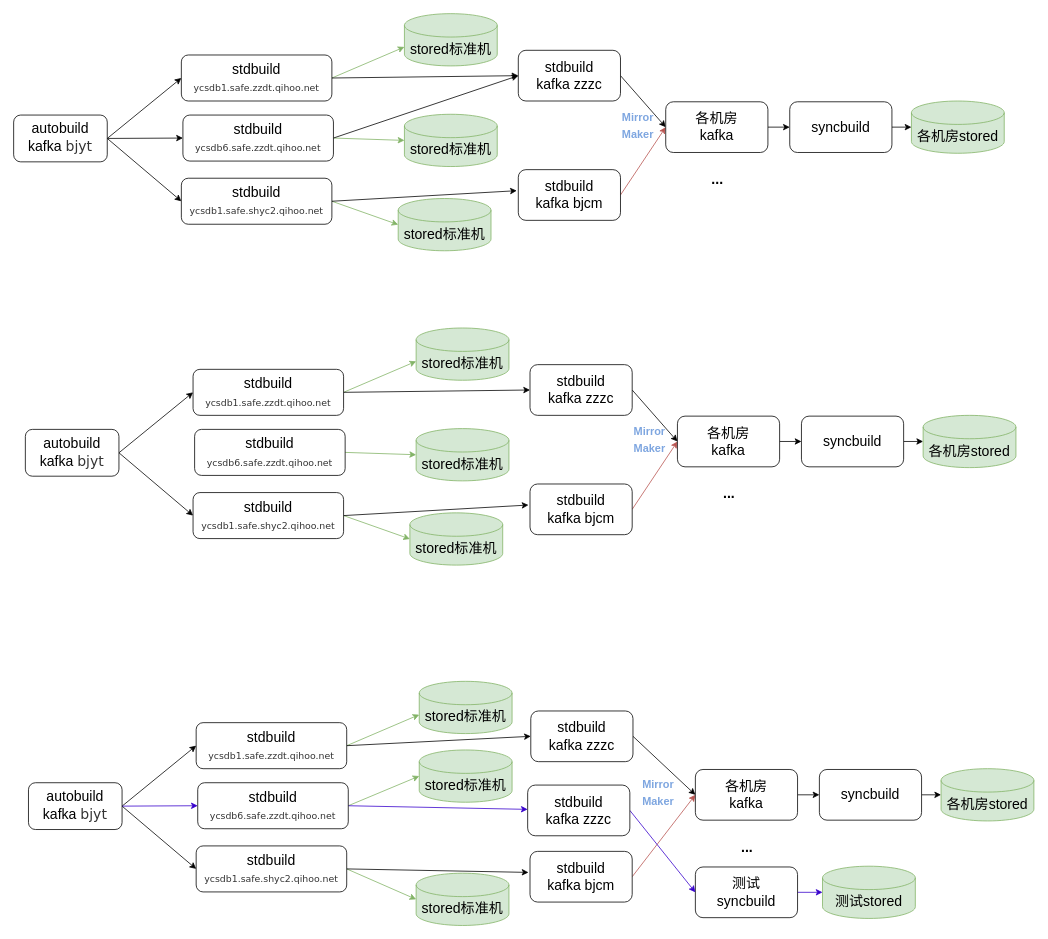
The draw.io diagram 未命名绘图.drawio in fanfan520-debug/helloworld, before the edit. Source tidied: cells renumbered, new cells numbered last; positions are measured from the earlier drawing's top-left corner, leaving out a move shared by most shapes. Both pictures are drawn from the tidied source at 78%, with x=0, y=0 at pixel (13, 13).
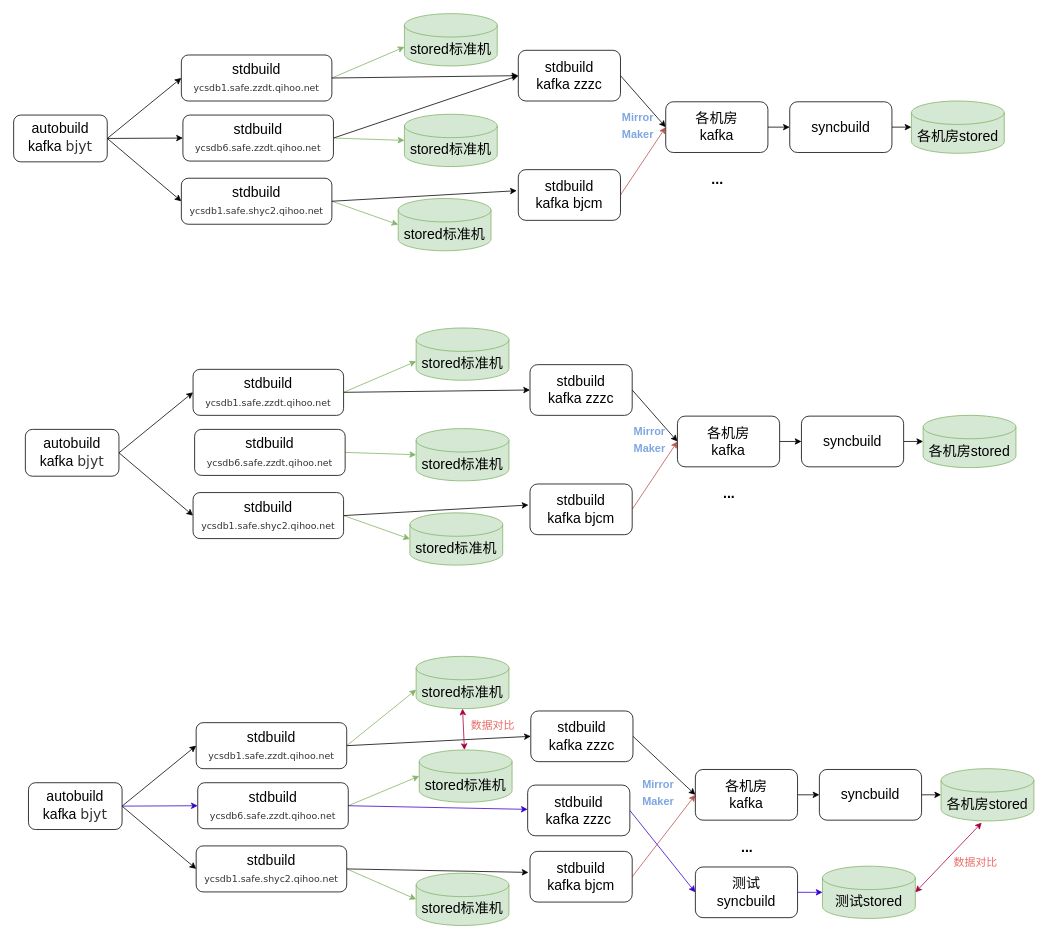
The same diagram, later.

Commit message:
更新未命名绘图.drawio

The change refers to these unchanged cells:
```xml
<mxCell id="41" value="stored标准机" style="shape=cylinder3;whiteSpace=wrap;html=1;boundedLbl=1;backgroundOutline=1;size=15;fontSize=18;fillColor=#d5e8d4;strokeColor=#82b366;" parent="1" vertex="1">
  <mxGeometry x="520" y="944" width="119" height="67" as="geometry" />
</mxCell>
<mxCell id="52" value="各机房stored" style="shape=cylinder3;whiteSpace=wrap;html=1;boundedLbl=1;backgroundOutline=1;size=15;fontSize=18;fillColor=#d5e8d4;strokeColor=#82b366;" parent="1" vertex="1">
  <mxGeometry x="1189" y="968" width="119" height="67" as="geometry" />
</mxCell>
<mxCell id="56" value="测试stored" style="shape=cylinder3;whiteSpace=wrap;html=1;boundedLbl=1;backgroundOutline=1;size=15;fontSize=18;fillColor=#d5e8d4;strokeColor=#82b366;" parent="1" vertex="1">
  <mxGeometry x="1037" y="1093" width="119" height="67" as="geometry" />
</mxCell>
```

Change to the diagram source:
```diff
@@
     <mxCell id="40" value="stored标准机" style="shape=cylinder3;whiteSpace=wrap;html=1;boundedLbl=1;backgroundOutline=1;size=15;fontSize=18;fillColor=#d5e8d4;strokeColor=#82b366;" parent="1" vertex="1">
-      <mxGeometry x="520" y="856" width="119" height="67" as="geometry" />
+      <mxGeometry x="516" y="824" width="119" height="67" as="geometry" />
     </mxCell>
@@
+    <mxCell id="86" value="&lt;font color=&quot;#ea6b66&quot;&gt;数据对比&lt;/font&gt;" style="text;html=1;align=center;verticalAlign=middle;strokeColor=none;fillColor=none;fontSize=14;fontColor=#7EA6E0;" parent="1" vertex="1">
+      <mxGeometry x="1200" y="1077" width="66" height="21" as="geometry" />
+    </mxCell>
+    <mxCell id="87" style="endArrow=classic;startArrow=classic;html=1;rounded=0;fontSize=14;fontColor=#7EA6E0;entryX=0.438;entryY=1.033;entryDx=0;entryDy=0;entryPerimeter=0;exitX=1;exitY=0.5;exitDx=0;exitDy=0;exitPerimeter=0;fillColor=#d80073;strokeColor=#A50040;" parent="1" edge="1" source="56" target="52">
+      <mxGeometry relative="1" as="geometry" />
+    </mxCell>
+    <mxCell id="88" style="endArrow=classic;startArrow=classic;html=1;rounded=0;fontSize=14;fontColor=#7EA6E0;entryX=0.5;entryY=1;entryDx=0;entryDy=0;entryPerimeter=0;fillColor=#d80073;strokeColor=#A50040;" parent="1" edge="1" source="41" target="40">
+      <mxGeometry relative="1" as="geometry" />
+    </mxCell>
+    <mxCell id="89" value="&lt;font color=&quot;#ea6b66&quot;&gt;数据对比&lt;/font&gt;" style="text;html=1;align=center;verticalAlign=middle;strokeColor=none;fillColor=none;fontSize=14;fontColor=#7EA6E0;" parent="1" vertex="1">
+      <mxGeometry x="581" y="902" width="66" height="21" as="geometry" />
+    </mxCell>
```
